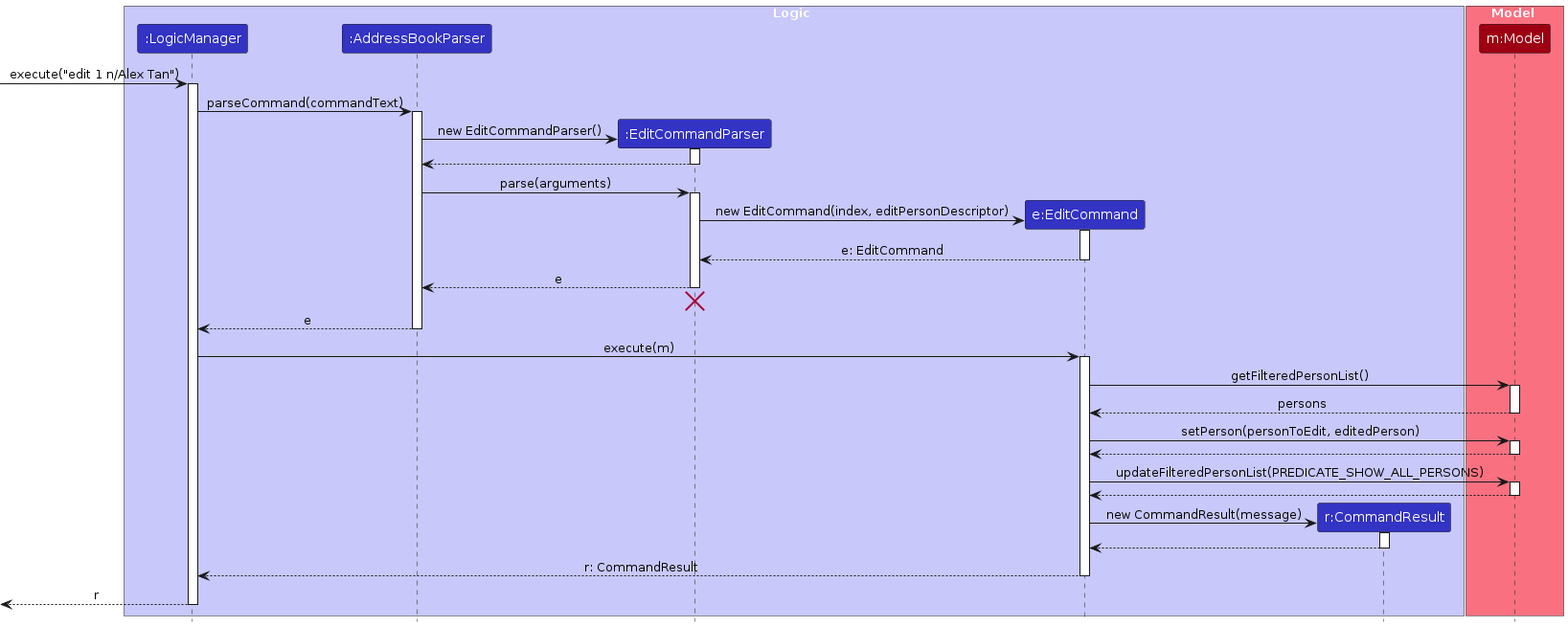
Above: diagrams/EditSequenceDiagram.png in AY2627S1-CS2103T-F14a-4/tp (PlantUML), before the change. Its source is kept beside it as diagrams/EditSequenceDiagram.puml. The source it was exported from:
```plantuml
@startuml
!include style.puml
skinparam ArrowFontStyle plain

box Logic LOGIC_COLOR_T1
participant ":LogicManager" as LogicManager LOGIC_COLOR
participant ":AddressBookParser" as AddressBookParser LOGIC_COLOR
participant ":EditCommandParser" as EditCommandParser LOGIC_COLOR
participant "e:EditCommand" as EditCommand LOGIC_COLOR
participant "r:CommandResult" as CommandResult LOGIC_COLOR
end box

box Model MODEL_COLOR_T1
participant "m:Model" as Model MODEL_COLOR
end box

[-> LogicManager : execute("edit 1 n/Alex Tan")
activate LogicManager

LogicManager -> AddressBookParser : parseCommand(commandText)
activate AddressBookParser

create EditCommandParser
AddressBookParser -> EditCommandParser : new EditCommandParser()
activate EditCommandParser

EditCommandParser --> AddressBookParser
deactivate EditCommandParser

AddressBookParser -> EditCommandParser : parse(arguments)
activate EditCommandParser

create EditCommand
EditCommandParser -> EditCommand : new EditCommand(index, editPersonDescriptor)
activate EditCommand

EditCommand --> EditCommandParser : e: EditCommand
deactivate EditCommand

EditCommandParser --> AddressBookParser : e
deactivate EditCommandParser
EditCommandParser -[hidden]-> AddressBookParser
destroy EditCommandParser

AddressBookParser --> LogicManager : e
deactivate AddressBookParser

LogicManager -> EditCommand : execute(m)
activate EditCommand

EditCommand -> Model : getFilteredPersonList()
activate Model

Model --> EditCommand : persons
deactivate Model

EditCommand -> Model : setPerson(personToEdit, editedPerson)
activate Model

Model --> EditCommand
deactivate Model

EditCommand -> Model : updateFilteredPersonList(PREDICATE_SHOW_ALL_PERSONS)
activate Model

Model --> EditCommand
deactivate Model

create CommandResult
EditCommand -> CommandResult : new CommandResult(message)
activate CommandResult

CommandResult --> EditCommand
deactivate CommandResult

EditCommand --> LogicManager : r: CommandResult
deactivate EditCommand

[<-- LogicManager : r
deactivate LogicManager
@enduml
```
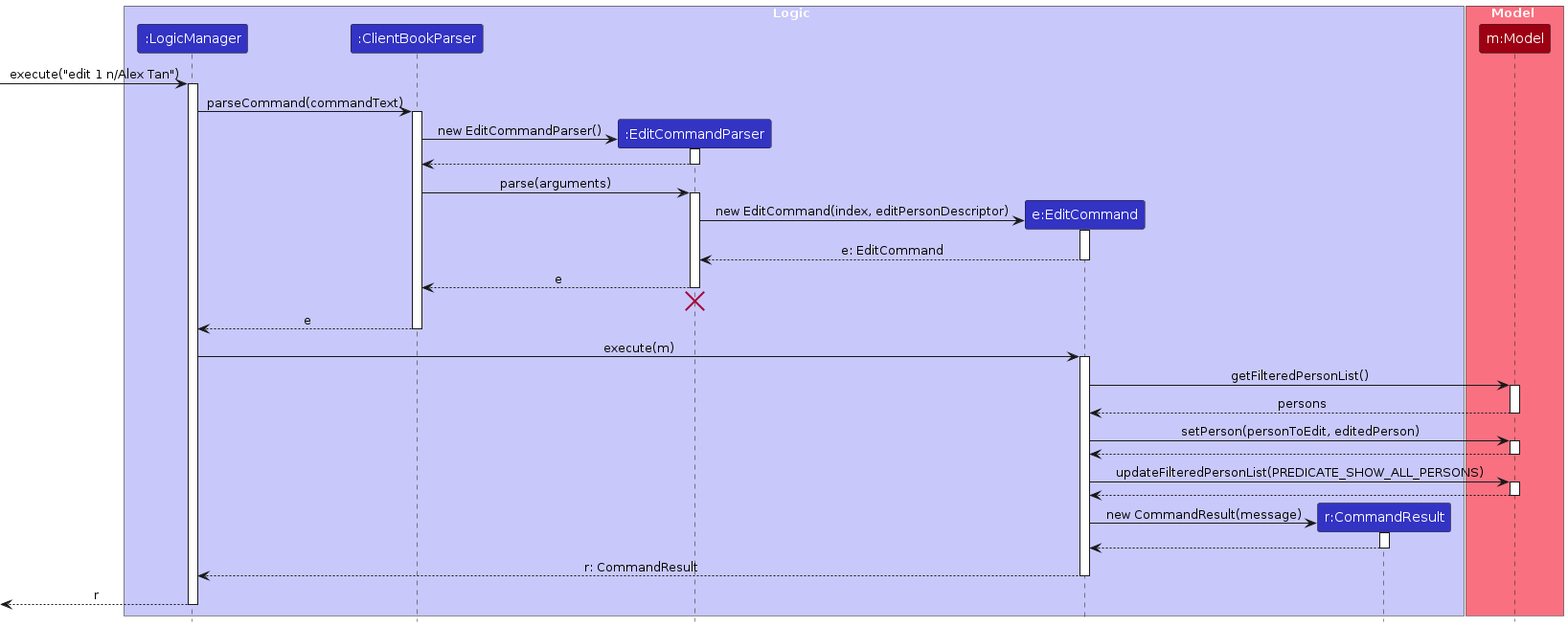
The same file after the commit.

What changed in the source:
```diff
@@ -4,7 +4,7 @@
 
 box Logic LOGIC_COLOR_T1
 participant ":LogicManager" as LogicManager LOGIC_COLOR
-participant ":AddressBookParser" as AddressBookParser LOGIC_COLOR
+participant ":ClientBookParser" as ClientBookParser LOGIC_COLOR
 participant ":EditCommandParser" as EditCommandParser LOGIC_COLOR
 participant "e:EditCommand" as EditCommand LOGIC_COLOR
 participant "r:CommandResult" as CommandResult LOGIC_COLOR
@@ -17,17 +17,17 @@
 [-> LogicManager : execute("edit 1 n/Alex Tan")
 activate LogicManager
 
-LogicManager -> AddressBookParser : parseCommand(commandText)
-activate AddressBookParser
+LogicManager -> ClientBookParser : parseCommand(commandText)
+activate ClientBookParser
 
 create EditCommandParser
-AddressBookParser -> EditCommandParser : new EditCommandParser()
+ClientBookParser -> EditCommandParser : new EditCommandParser()
 activate EditCommandParser
 
-EditCommandParser --> AddressBookParser
+EditCommandParser --> ClientBookParser
 deactivate EditCommandParser
 
-AddressBookParser -> EditCommandParser : parse(arguments)
+ClientBookParser -> EditCommandParser : parse(arguments)
 activate EditCommandParser
 
 create EditCommand
@@ -37,13 +37,13 @@
 EditCommand --> EditCommandParser : e: EditCommand
 deactivate EditCommand
 
-EditCommandParser --> AddressBookParser : e
+EditCommandParser --> ClientBookParser : e
 deactivate EditCommandParser
-EditCommandParser -[hidden]-> AddressBookParser
+EditCommandParser -[hidden]-> ClientBookParser
 destroy EditCommandParser
 
-AddressBookParser --> LogicManager : e
-deactivate AddressBookParser
+ClientBookParser --> LogicManager : e
+deactivate ClientBookParser
 
 LogicManager -> EditCommand : execute(m)
 activate EditCommand
```
